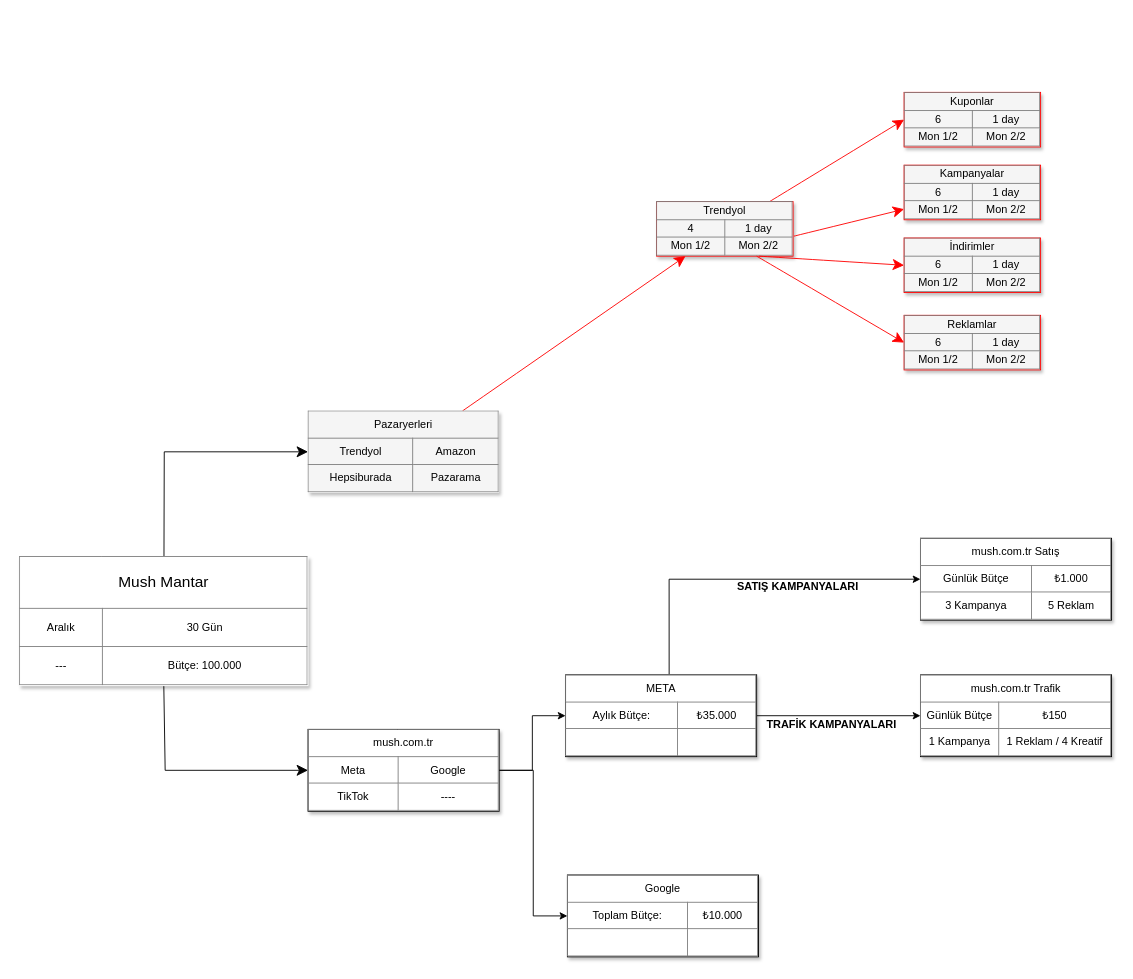
This is Başlıksız Diyagram.drawio from furkanxgunes/basic-api, a draw.io file, before an edit. Source tidied: cells renumbered, new cells numbered last; positions are measured from the earlier drawing's top-left corner, leaving out a move shared by most shapes. Both pictures are drawn from the tidied source at 91%, with x=0, y=0 at pixel (19, 92).
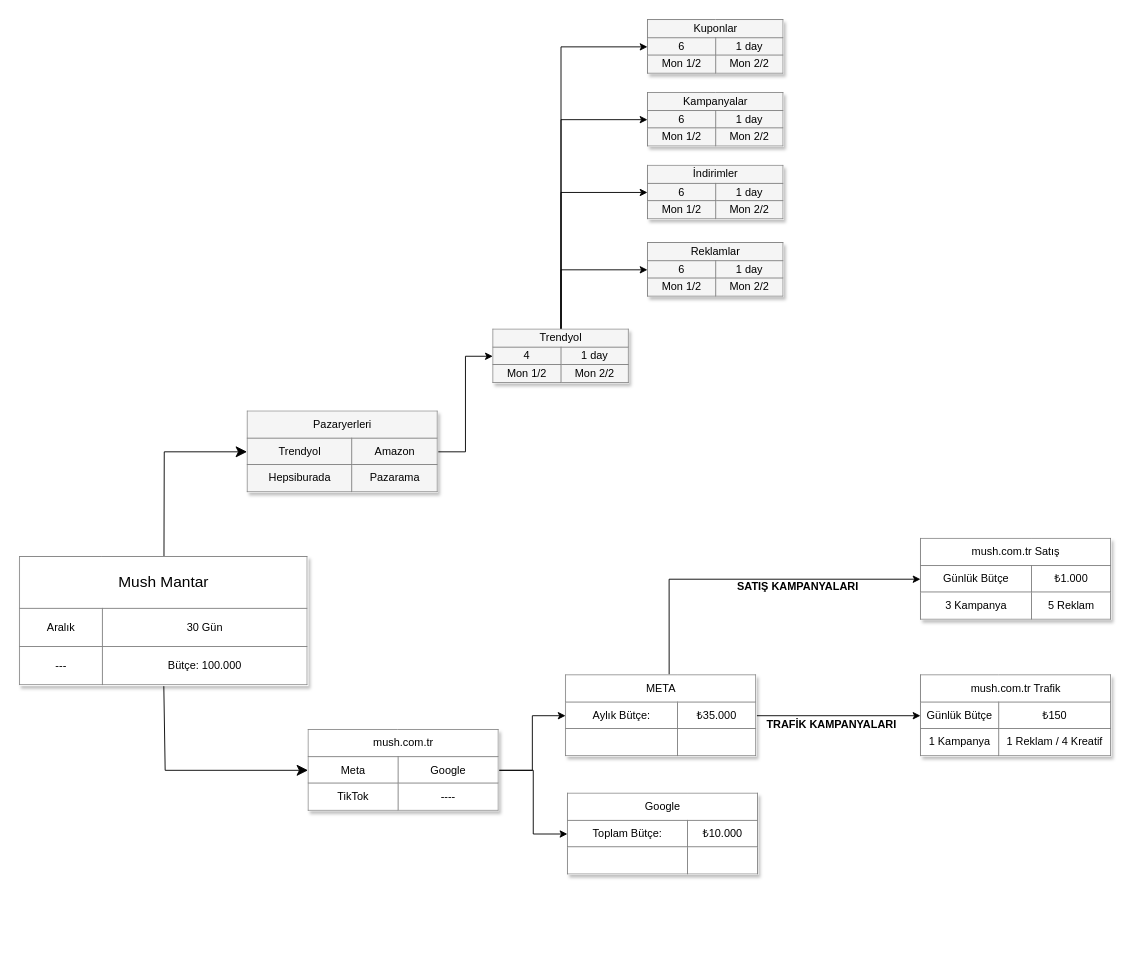
After the change.

Diff of the diagram source:
```diff
@@
+    <mxCell id="27" style="edgeStyle=orthogonalEdgeStyle;rounded=0;jettySize=auto;html=1;exitX=0.5;exitY=0;exitDx=0;exitDy=0;entryX=0;entryY=0.5;entryDx=0;entryDy=0;" parent="1" edge="1" source="6" target="14">
+      <mxGeometry relative="1" as="geometry">
+        <Array as="points">
+          <mxPoint x="595" y="195" />
+        </Array>
+      </mxGeometry>
+    </mxCell>
+    <mxCell id="13" style="edgeStyle=orthogonalEdgeStyle;rounded=0;jettySize=auto;html=1;exitX=0.5;exitY=0;exitDx=0;exitDy=0;entryX=0;entryY=0.5;entryDx=0;entryDy=0;" parent="1" edge="1" source="6" target="12">
+      <mxGeometry relative="1" as="geometry" />
+    </mxCell>
+    <mxCell id="28" style="edgeStyle=orthogonalEdgeStyle;rounded=0;jettySize=auto;html=1;exitX=0.5;exitY=0;exitDx=0;exitDy=0;entryX=0;entryY=0.5;entryDx=0;entryDy=0;" parent="1" edge="1" source="6" target="10">
+      <mxGeometry relative="1" as="geometry" />
+    </mxCell>
-    <mxCell id="5" style="edgeStyle=none;curved=1;html=1;startSize=10;endArrow=classic;endFill=1;endSize=10;strokeColor=#FF0000;strokeWidth=1;fontSize=12;entryX=0;entryY=0.5;entryDx=0;entryDy=0;" parent="1" edge="1" source="6" target="9">
+    <mxCell id="5" style="edgeStyle=orthogonalEdgeStyle;rounded=0;jettySize=auto;html=1;exitX=0.5;exitY=0;exitDx=0;exitDy=0;entryX=0;entryY=0.5;entryDx=0;entryDy=0;" parent="1" edge="1" source="6" target="9">
       <mxGeometry relative="1" as="geometry" />
     </mxCell>
-    <mxCell id="6" value="&lt;table border=&quot;1&quot; width=&quot;100%&quot; style=&quot;width: 100% ; height: 100% ; border-collapse: collapse&quot;&gt;&lt;tbody&gt;&lt;tr&gt;&lt;td colspan=&quot;2&quot; align=&quot;center&quot;&gt;&lt;font style=&quot;font-size: 12px&quot;&gt;Trendyol&lt;/font&gt;&lt;/td&gt;&lt;/tr&gt;&lt;tr&gt;&lt;td align=&quot;center&quot;&gt;4&lt;/td&gt;&lt;td align=&quot;center&quot;&gt;&lt;font style=&quot;font-size: 12px&quot;&gt;1 day&lt;/font&gt;&lt;/td&gt;&lt;/tr&gt;&lt;tr&gt;&lt;td align=&quot;center&quot;&gt;&lt;font style=&quot;font-size: 12px&quot;&gt;Mon 1/2&lt;/font&gt;&lt;/td&gt;&lt;td align=&quot;center&quot;&gt;&lt;font style=&quot;font-size: 12px&quot;&gt;Mon 2/2&lt;/font&gt;&lt;/td&gt;&lt;/tr&gt;&lt;/tbody&gt;&lt;/table&gt;" style="text;html=1;strokeColor=#FF0000;fillColor=#f5f5f5;overflow=fill;rounded=0;shadow=1;fontSize=12;align=center;" parent="1" vertex="1">
-      <mxGeometry x="700" y="120" width="150" height="60" as="geometry" />
+    <mxCell id="6" value="&lt;table border=&quot;1&quot; width=&quot;100%&quot; style=&quot;width: 100% ; height: 100% ; border-collapse: collapse&quot;&gt;&lt;tbody&gt;&lt;tr&gt;&lt;td colspan=&quot;2&quot; align=&quot;center&quot;&gt;&lt;font style=&quot;font-size: 12px&quot;&gt;Trendyol&lt;/font&gt;&lt;/td&gt;&lt;/tr&gt;&lt;tr&gt;&lt;td align=&quot;center&quot;&gt;4&lt;/td&gt;&lt;td align=&quot;center&quot;&gt;&lt;font style=&quot;font-size: 12px&quot;&gt;1 day&lt;/font&gt;&lt;/td&gt;&lt;/tr&gt;&lt;tr&gt;&lt;td align=&quot;center&quot;&gt;&lt;font style=&quot;font-size: 12px&quot;&gt;Mon 1/2&lt;/font&gt;&lt;/td&gt;&lt;td align=&quot;center&quot;&gt;&lt;font style=&quot;font-size: 12px&quot;&gt;Mon 2/2&lt;/font&gt;&lt;/td&gt;&lt;/tr&gt;&lt;/tbody&gt;&lt;/table&gt;" style="text;html=1;strokeColor=none;fillColor=#f5f5f5;overflow=fill;rounded=0;shadow=1;fontSize=12;align=center;" parent="1" vertex="1">
+      <mxGeometry x="520" y="260" width="150" height="60" as="geometry" />
     </mxCell>
-    <mxCell id="7" style="edgeStyle=none;curved=1;html=1;startSize=10;endArrow=classic;endFill=1;endSize=10;strokeColor=#FF0000;strokeWidth=1;fontSize=12;" parent="1" edge="1" source="8" target="6">
+    <mxCell id="7" style="edgeStyle=orthogonalEdgeStyle;rounded=0;jettySize=auto;html=1;entryX=0;entryY=0.5;entryDx=0;entryDy=0;" parent="1" edge="1" source="8" target="6">
       <mxGeometry relative="1" as="geometry" />
     </mxCell>
     <mxCell id="8" value="&lt;table border=&quot;1&quot; width=&quot;100%&quot; style=&quot;width: 100% ; height: 100% ; border-collapse: collapse&quot;&gt;&lt;tbody&gt;&lt;tr&gt;&lt;td colspan=&quot;2&quot; align=&quot;center&quot;&gt;&lt;font style=&quot;font-size: 12px&quot;&gt;Pazaryerleri&lt;/font&gt;&lt;/td&gt;&lt;/tr&gt;&lt;tr&gt;&lt;td align=&quot;center&quot;&gt;Trendyol&lt;/td&gt;&lt;td align=&quot;center&quot;&gt;Amazon&lt;/td&gt;&lt;/tr&gt;&lt;tr&gt;&lt;td align=&quot;center&quot;&gt;Hepsiburada&lt;/td&gt;&lt;td align=&quot;center&quot;&gt;&lt;font style=&quot;font-size: 12px&quot;&gt;Pazarama&lt;/font&gt;&lt;/td&gt;&lt;/tr&gt;&lt;/tbody&gt;&lt;/table&gt;" style="text;html=1;strokeColor=none;fillColor=#f5f5f5;overflow=fill;rounded=0;shadow=1;fontSize=12;align=center;glass=0;gradientColor=none;shadowColor=#000000;" parent="1" vertex="1">
-      <mxGeometry x="317" y="350" width="210" height="90" as="geometry" />
+      <mxGeometry x="250" y="350" width="210" height="90" as="geometry" />
     </mxCell>
-    <mxCell id="9" value="&lt;table border=&quot;1&quot; width=&quot;100%&quot; style=&quot;width: 100% ; height: 100% ; border-collapse: collapse&quot;&gt;&lt;tbody&gt;&lt;tr&gt;&lt;td colspan=&quot;2&quot; align=&quot;center&quot;&gt;&lt;font style=&quot;font-size: 12px&quot;&gt;Kuponlar&lt;/font&gt;&lt;/td&gt;&lt;/tr&gt;&lt;tr&gt;&lt;td align=&quot;center&quot;&gt;6&lt;/td&gt;&lt;td align=&quot;center&quot;&gt;&lt;font style=&quot;font-size: 12px&quot;&gt;1 day&lt;/font&gt;&lt;/td&gt;&lt;/tr&gt;&lt;tr&gt;&lt;td align=&quot;center&quot;&gt;&lt;font style=&quot;font-size: 12px&quot;&gt;Mon 1/2&lt;/font&gt;&lt;/td&gt;&lt;td align=&quot;center&quot;&gt;&lt;font style=&quot;font-size: 12px&quot;&gt;Mon 2/2&lt;/font&gt;&lt;/td&gt;&lt;/tr&gt;&lt;/tbody&gt;&lt;/table&gt;" style="text;html=1;strokeColor=#FF0000;fillColor=#f5f5f5;overflow=fill;rounded=0;shadow=1;fontSize=12;align=center;" parent="1" vertex="1">
-      <mxGeometry x="972" width="150" height="60" as="geometry" />
+    <mxCell id="9" value="&lt;table border=&quot;1&quot; width=&quot;100%&quot; style=&quot;width: 100% ; height: 100% ; border-collapse: collapse&quot;&gt;&lt;tbody&gt;&lt;tr&gt;&lt;td colspan=&quot;2&quot; align=&quot;center&quot;&gt;&lt;font style=&quot;font-size: 12px&quot;&gt;Kuponlar&lt;/font&gt;&lt;/td&gt;&lt;/tr&gt;&lt;tr&gt;&lt;td align=&quot;center&quot;&gt;6&lt;/td&gt;&lt;td align=&quot;center&quot;&gt;&lt;font style=&quot;font-size: 12px&quot;&gt;1 day&lt;/font&gt;&lt;/td&gt;&lt;/tr&gt;&lt;tr&gt;&lt;td align=&quot;center&quot;&gt;&lt;font style=&quot;font-size: 12px&quot;&gt;Mon 1/2&lt;/font&gt;&lt;/td&gt;&lt;td align=&quot;center&quot;&gt;&lt;font style=&quot;font-size: 12px&quot;&gt;Mon 2/2&lt;/font&gt;&lt;/td&gt;&lt;/tr&gt;&lt;/tbody&gt;&lt;/table&gt;" style="text;html=1;strokeColor=none;fillColor=#f5f5f5;overflow=fill;rounded=0;shadow=1;fontSize=12;align=center;" parent="1" vertex="1">
+      <mxGeometry x="690" y="-80" width="150" height="60" as="geometry" />
     </mxCell>
-    <mxCell id="10" value="&lt;table border=&quot;1&quot; width=&quot;100%&quot; style=&quot;width: 100% ; height: 100% ; border-collapse: collapse&quot;&gt;&lt;tbody&gt;&lt;tr&gt;&lt;td colspan=&quot;2&quot; align=&quot;center&quot;&gt;Kampanyalar&lt;/td&gt;&lt;/tr&gt;&lt;tr&gt;&lt;td align=&quot;center&quot;&gt;6&lt;/td&gt;&lt;td align=&quot;center&quot;&gt;&lt;font style=&quot;font-size: 12px&quot;&gt;1 day&lt;/font&gt;&lt;/td&gt;&lt;/tr&gt;&lt;tr&gt;&lt;td align=&quot;center&quot;&gt;&lt;font style=&quot;font-size: 12px&quot;&gt;Mon 1/2&lt;/font&gt;&lt;/td&gt;&lt;td align=&quot;center&quot;&gt;&lt;font style=&quot;font-size: 12px&quot;&gt;Mon 2/2&lt;/font&gt;&lt;/td&gt;&lt;/tr&gt;&lt;/tbody&gt;&lt;/table&gt;" style="text;html=1;strokeColor=#FF0000;fillColor=#f5f5f5;overflow=fill;rounded=0;shadow=1;fontSize=12;align=center;" parent="1" vertex="1">
-      <mxGeometry x="972" y="80" width="150" height="60" as="geometry" />
+    <mxCell id="10" value="&lt;table border=&quot;1&quot; width=&quot;100%&quot; style=&quot;width: 100% ; height: 100% ; border-collapse: collapse&quot;&gt;&lt;tbody&gt;&lt;tr&gt;&lt;td colspan=&quot;2&quot; align=&quot;center&quot;&gt;Kampanyalar&lt;/td&gt;&lt;/tr&gt;&lt;tr&gt;&lt;td align=&quot;center&quot;&gt;6&lt;/td&gt;&lt;td align=&quot;center&quot;&gt;&lt;font style=&quot;font-size: 12px&quot;&gt;1 day&lt;/font&gt;&lt;/td&gt;&lt;/tr&gt;&lt;tr&gt;&lt;td align=&quot;center&quot;&gt;&lt;font style=&quot;font-size: 12px&quot;&gt;Mon 1/2&lt;/font&gt;&lt;/td&gt;&lt;td align=&quot;center&quot;&gt;&lt;font style=&quot;font-size: 12px&quot;&gt;Mon 2/2&lt;/font&gt;&lt;/td&gt;&lt;/tr&gt;&lt;/tbody&gt;&lt;/table&gt;" style="text;html=1;strokeColor=none;fillColor=#f5f5f5;overflow=fill;rounded=0;shadow=1;fontSize=12;align=center;" parent="1" vertex="1">
+      <mxGeometry x="690" width="150" height="60" as="geometry" />
     </mxCell>
-    <mxCell id="11" style="edgeStyle=none;curved=1;html=1;startSize=10;endArrow=classic;endFill=1;endSize=10;strokeColor=#FF0000;strokeWidth=1;fontSize=12;" parent="1" edge="1" target="10">
-      <mxGeometry relative="1" as="geometry">
-        <mxPoint x="851" y="158" as="sourcePoint" />
-      </mxGeometry>
-    </mxCell>
-    <mxCell id="12" value="&lt;table border=&quot;1&quot; width=&quot;100%&quot; style=&quot;width: 100% ; height: 100% ; border-collapse: collapse&quot;&gt;&lt;tbody&gt;&lt;tr&gt;&lt;td colspan=&quot;2&quot; align=&quot;center&quot;&gt;İndirimler&lt;/td&gt;&lt;/tr&gt;&lt;tr&gt;&lt;td align=&quot;center&quot;&gt;6&lt;/td&gt;&lt;td align=&quot;center&quot;&gt;&lt;font style=&quot;font-size: 12px&quot;&gt;1 day&lt;/font&gt;&lt;/td&gt;&lt;/tr&gt;&lt;tr&gt;&lt;td align=&quot;center&quot;&gt;&lt;font style=&quot;font-size: 12px&quot;&gt;Mon 1/2&lt;/font&gt;&lt;/td&gt;&lt;td align=&quot;center&quot;&gt;&lt;font style=&quot;font-size: 12px&quot;&gt;Mon 2/2&lt;/font&gt;&lt;/td&gt;&lt;/tr&gt;&lt;/tbody&gt;&lt;/table&gt;" style="text;html=1;strokeColor=#FF0000;fillColor=#f5f5f5;overflow=fill;rounded=0;shadow=1;fontSize=12;align=center;" parent="1" vertex="1">
-      <mxGeometry x="972" y="160" width="150" height="60" as="geometry" />
+    <mxCell id="12" value="&lt;table border=&quot;1&quot; width=&quot;100%&quot; style=&quot;width: 100% ; height: 100% ; border-collapse: collapse&quot;&gt;&lt;tbody&gt;&lt;tr&gt;&lt;td colspan=&quot;2&quot; align=&quot;center&quot;&gt;İndirimler&lt;/td&gt;&lt;/tr&gt;&lt;tr&gt;&lt;td align=&quot;center&quot;&gt;6&lt;/td&gt;&lt;td align=&quot;center&quot;&gt;&lt;font style=&quot;font-size: 12px&quot;&gt;1 day&lt;/font&gt;&lt;/td&gt;&lt;/tr&gt;&lt;tr&gt;&lt;td align=&quot;center&quot;&gt;&lt;font style=&quot;font-size: 12px&quot;&gt;Mon 1/2&lt;/font&gt;&lt;/td&gt;&lt;td align=&quot;center&quot;&gt;&lt;font style=&quot;font-size: 12px&quot;&gt;Mon 2/2&lt;/font&gt;&lt;/td&gt;&lt;/tr&gt;&lt;/tbody&gt;&lt;/table&gt;" style="text;html=1;strokeColor=none;fillColor=#f5f5f5;overflow=fill;rounded=0;shadow=1;fontSize=12;align=center;" parent="1" vertex="1">
+      <mxGeometry x="690" y="80" width="150" height="60" as="geometry" />
     </mxCell>
-    <mxCell id="13" style="edgeStyle=none;curved=1;html=1;startSize=10;endArrow=classic;endFill=1;endSize=10;strokeColor=#FF0000;strokeWidth=1;fontSize=12;entryX=0;entryY=0.5;entryDx=0;entryDy=0;exitX=0.75;exitY=1;exitDx=0;exitDy=0;" parent="1" edge="1" source="6" target="12">
-      <mxGeometry relative="1" as="geometry" />
-    </mxCell>
-    <mxCell id="14" value="&lt;table border=&quot;1&quot; width=&quot;100%&quot; style=&quot;width: 100% ; height: 100% ; border-collapse: collapse&quot;&gt;&lt;tbody&gt;&lt;tr&gt;&lt;td colspan=&quot;2&quot; align=&quot;center&quot;&gt;Reklamlar&lt;/td&gt;&lt;/tr&gt;&lt;tr&gt;&lt;td align=&quot;center&quot;&gt;6&lt;/td&gt;&lt;td align=&quot;center&quot;&gt;&lt;font style=&quot;font-size: 12px&quot;&gt;1 day&lt;/font&gt;&lt;/td&gt;&lt;/tr&gt;&lt;tr&gt;&lt;td align=&quot;center&quot;&gt;&lt;font style=&quot;font-size: 12px&quot;&gt;Mon 1/2&lt;/font&gt;&lt;/td&gt;&lt;td align=&quot;center&quot;&gt;&lt;font style=&quot;font-size: 12px&quot;&gt;Mon 2/2&lt;/font&gt;&lt;/td&gt;&lt;/tr&gt;&lt;/tbody&gt;&lt;/table&gt;" style="text;html=1;strokeColor=#FF0000;fillColor=#f5f5f5;overflow=fill;rounded=0;shadow=1;fontSize=12;align=center;" parent="1" vertex="1">
-      <mxGeometry x="972" y="245" width="150" height="60" as="geometry" />
+    <mxCell id="14" value="&lt;table border=&quot;1&quot; width=&quot;100%&quot; style=&quot;width: 100% ; height: 100% ; border-collapse: collapse&quot;&gt;&lt;tbody&gt;&lt;tr&gt;&lt;td colspan=&quot;2&quot; align=&quot;center&quot;&gt;Reklamlar&lt;/td&gt;&lt;/tr&gt;&lt;tr&gt;&lt;td align=&quot;center&quot;&gt;6&lt;/td&gt;&lt;td align=&quot;center&quot;&gt;&lt;font style=&quot;font-size: 12px&quot;&gt;1 day&lt;/font&gt;&lt;/td&gt;&lt;/tr&gt;&lt;tr&gt;&lt;td align=&quot;center&quot;&gt;&lt;font style=&quot;font-size: 12px&quot;&gt;Mon 1/2&lt;/font&gt;&lt;/td&gt;&lt;td align=&quot;center&quot;&gt;&lt;font style=&quot;font-size: 12px&quot;&gt;Mon 2/2&lt;/font&gt;&lt;/td&gt;&lt;/tr&gt;&lt;/tbody&gt;&lt;/table&gt;" style="text;html=1;strokeColor=none;fillColor=#f5f5f5;overflow=fill;rounded=0;shadow=1;fontSize=12;align=center;" parent="1" vertex="1">
+      <mxGeometry x="690" y="165" width="150" height="60" as="geometry" />
     </mxCell>
-    <mxCell id="15" style="edgeStyle=none;curved=1;html=1;startSize=10;endArrow=classic;endFill=1;endSize=10;strokeColor=#FF0000;strokeWidth=1;fontSize=12;entryX=0;entryY=0.5;entryDx=0;entryDy=0;" parent="1" edge="1" target="14">
-      <mxGeometry relative="1" as="geometry">
-        <mxPoint x="810" y="180" as="sourcePoint" />
-      </mxGeometry>
-    </mxCell>
@@
-    <mxCell id="18" value="&lt;table border=&quot;1&quot; width=&quot;100%&quot; style=&quot;width: 100% ; height: 100% ; border-collapse: collapse&quot;&gt;&lt;tbody&gt;&lt;tr&gt;&lt;td colspan=&quot;2&quot; align=&quot;center&quot;&gt;mush.com.tr&lt;/td&gt;&lt;/tr&gt;&lt;tr&gt;&lt;td align=&quot;center&quot;&gt;Meta&lt;/td&gt;&lt;td align=&quot;center&quot;&gt;Google&lt;/td&gt;&lt;/tr&gt;&lt;tr&gt;&lt;td align=&quot;center&quot;&gt;TikTok&lt;/td&gt;&lt;td align=&quot;center&quot;&gt;&lt;font style=&quot;font-size: 12px&quot;&gt;----&lt;/font&gt;&lt;/td&gt;&lt;/tr&gt;&lt;/tbody&gt;&lt;/table&gt;" style="text;html=1;strokeColor=#000000;fillColor=#FFFFFF;overflow=fill;rounded=0;shadow=1;fontSize=12;align=center;" parent="1" vertex="1">
+    <mxCell id="18" value="&lt;table border=&quot;1&quot; width=&quot;100%&quot; style=&quot;width: 100% ; height: 100% ; border-collapse: collapse&quot;&gt;&lt;tbody&gt;&lt;tr&gt;&lt;td colspan=&quot;2&quot; align=&quot;center&quot;&gt;mush.com.tr&lt;/td&gt;&lt;/tr&gt;&lt;tr&gt;&lt;td align=&quot;center&quot;&gt;Meta&lt;/td&gt;&lt;td align=&quot;center&quot;&gt;Google&lt;/td&gt;&lt;/tr&gt;&lt;tr&gt;&lt;td align=&quot;center&quot;&gt;TikTok&lt;/td&gt;&lt;td align=&quot;center&quot;&gt;&lt;font style=&quot;font-size: 12px&quot;&gt;----&lt;/font&gt;&lt;/td&gt;&lt;/tr&gt;&lt;/tbody&gt;&lt;/table&gt;" style="text;html=1;strokeColor=none;fillColor=#FFFFFF;overflow=fill;rounded=0;shadow=1;fontSize=12;align=center;" parent="1" vertex="1">
       <mxGeometry x="317" y="700" width="210" height="90" as="geometry" />
     </mxCell>
@@
-    <mxCell id="21" value="&lt;table border=&quot;1&quot; width=&quot;100%&quot; style=&quot;width: 100% ; height: 100% ; border-collapse: collapse&quot;&gt;&lt;tbody&gt;&lt;tr&gt;&lt;td colspan=&quot;2&quot; align=&quot;center&quot;&gt;META&lt;br&gt;&lt;/td&gt;&lt;/tr&gt;&lt;tr&gt;&lt;td align=&quot;center&quot;&gt;Aylık Bütçe:&lt;/td&gt;&lt;td align=&quot;center&quot;&gt;₺35.000&lt;/td&gt;&lt;/tr&gt;&lt;tr&gt;&lt;td align=&quot;center&quot;&gt;&lt;/td&gt;&lt;td align=&quot;center&quot;&gt;&lt;br&gt;&lt;/td&gt;&lt;/tr&gt;&lt;/tbody&gt;&lt;/table&gt;" style="text;html=1;strokeColor=#000000;fillColor=#FFFFFF;overflow=fill;rounded=0;shadow=1;fontSize=12;align=center;" parent="1" vertex="1">
+    <mxCell id="21" value="&lt;table border=&quot;1&quot; width=&quot;100%&quot; style=&quot;width: 100% ; height: 100% ; border-collapse: collapse&quot;&gt;&lt;tbody&gt;&lt;tr&gt;&lt;td colspan=&quot;2&quot; align=&quot;center&quot;&gt;META&lt;br&gt;&lt;/td&gt;&lt;/tr&gt;&lt;tr&gt;&lt;td align=&quot;center&quot;&gt;Aylık Bütçe:&lt;/td&gt;&lt;td align=&quot;center&quot;&gt;₺35.000&lt;/td&gt;&lt;/tr&gt;&lt;tr&gt;&lt;td align=&quot;center&quot;&gt;&lt;/td&gt;&lt;td align=&quot;center&quot;&gt;&lt;br&gt;&lt;/td&gt;&lt;/tr&gt;&lt;/tbody&gt;&lt;/table&gt;" style="text;html=1;strokeColor=none;fillColor=#FFFFFF;overflow=fill;rounded=0;shadow=1;fontSize=12;align=center;" parent="1" vertex="1">
       <mxGeometry x="600" y="640" width="210" height="90" as="geometry" />
     </mxCell>
-    <mxCell id="22" value="&lt;table border=&quot;1&quot; width=&quot;100%&quot; style=&quot;width: 100% ; height: 100% ; border-collapse: collapse&quot;&gt;&lt;tbody&gt;&lt;tr&gt;&lt;td colspan=&quot;2&quot; align=&quot;center&quot;&gt;Google&lt;/td&gt;&lt;/tr&gt;&lt;tr&gt;&lt;td align=&quot;center&quot;&gt;Toplam Bütçe:&lt;/td&gt;&lt;td align=&quot;center&quot;&gt;₺10.000&lt;/td&gt;&lt;/tr&gt;&lt;tr&gt;&lt;td align=&quot;center&quot;&gt;&lt;/td&gt;&lt;td align=&quot;center&quot;&gt;&lt;br&gt;&lt;/td&gt;&lt;/tr&gt;&lt;/tbody&gt;&lt;/table&gt;" style="text;html=1;strokeColor=#000000;fillColor=#FFFFFF;overflow=fill;rounded=0;shadow=1;fontSize=12;align=center;" parent="1" vertex="1">
-      <mxGeometry x="602" y="860" width="210" height="90" as="geometry" />
+    <mxCell id="22" value="&lt;table border=&quot;1&quot; width=&quot;100%&quot; style=&quot;width: 100% ; height: 100% ; border-collapse: collapse&quot;&gt;&lt;tbody&gt;&lt;tr&gt;&lt;td colspan=&quot;2&quot; align=&quot;center&quot;&gt;Google&lt;/td&gt;&lt;/tr&gt;&lt;tr&gt;&lt;td align=&quot;center&quot;&gt;Toplam Bütçe:&lt;/td&gt;&lt;td align=&quot;center&quot;&gt;₺10.000&lt;/td&gt;&lt;/tr&gt;&lt;tr&gt;&lt;td align=&quot;center&quot;&gt;&lt;/td&gt;&lt;td align=&quot;center&quot;&gt;&lt;br&gt;&lt;/td&gt;&lt;/tr&gt;&lt;/tbody&gt;&lt;/table&gt;" style="text;html=1;strokeColor=none;fillColor=#FFFFFF;overflow=fill;rounded=0;shadow=1;fontSize=12;align=center;" parent="1" vertex="1">
+      <mxGeometry x="602" y="770" width="210" height="90" as="geometry" />
     </mxCell>
-    <mxCell id="23" value="&lt;table border=&quot;1&quot; width=&quot;100%&quot; style=&quot;width: 100% ; height: 100% ; border-collapse: collapse&quot;&gt;&lt;tbody&gt;&lt;tr&gt;&lt;td colspan=&quot;2&quot; align=&quot;center&quot;&gt;mush.com.tr Satış&lt;/td&gt;&lt;/tr&gt;&lt;tr&gt;&lt;td align=&quot;center&quot;&gt;Günlük Bütçe&lt;/td&gt;&lt;td align=&quot;center&quot;&gt;₺1.000&lt;/td&gt;&lt;/tr&gt;&lt;tr&gt;&lt;td align=&quot;center&quot;&gt;3 Kampanya&lt;/td&gt;&lt;td align=&quot;center&quot;&gt;5 Reklam&lt;/td&gt;&lt;/tr&gt;&lt;/tbody&gt;&lt;/table&gt;" style="text;html=1;strokeColor=#000000;fillColor=#FFFFFF;overflow=fill;rounded=0;shadow=1;fontSize=12;align=center;" parent="1" vertex="1">
+    <mxCell id="23" value="&lt;table border=&quot;1&quot; width=&quot;100%&quot; style=&quot;width: 100% ; height: 100% ; border-collapse: collapse&quot;&gt;&lt;tbody&gt;&lt;tr&gt;&lt;td colspan=&quot;2&quot; align=&quot;center&quot;&gt;mush.com.tr Satış&lt;/td&gt;&lt;/tr&gt;&lt;tr&gt;&lt;td align=&quot;center&quot;&gt;Günlük Bütçe&lt;/td&gt;&lt;td align=&quot;center&quot;&gt;₺1.000&lt;/td&gt;&lt;/tr&gt;&lt;tr&gt;&lt;td align=&quot;center&quot;&gt;3 Kampanya&lt;/td&gt;&lt;td align=&quot;center&quot;&gt;5 Reklam&lt;/td&gt;&lt;/tr&gt;&lt;/tbody&gt;&lt;/table&gt;" style="text;html=1;strokeColor=none;fillColor=#FFFFFF;overflow=fill;rounded=0;shadow=1;fontSize=12;align=center;" parent="1" vertex="1">
       <mxGeometry x="990" y="490" width="210" height="90" as="geometry" />
     </mxCell>
@@
-    <mxCell id="25" value="&lt;table border=&quot;1&quot; width=&quot;100%&quot; style=&quot;width: 100% ; height: 100% ; border-collapse: collapse&quot;&gt;&lt;tbody&gt;&lt;tr&gt;&lt;td colspan=&quot;2&quot; align=&quot;center&quot;&gt;mush.com.tr Trafik&lt;/td&gt;&lt;/tr&gt;&lt;tr&gt;&lt;td align=&quot;center&quot;&gt;Günlük Bütçe&lt;/td&gt;&lt;td align=&quot;center&quot;&gt;₺150&lt;/td&gt;&lt;/tr&gt;&lt;tr&gt;&lt;td align=&quot;center&quot;&gt;1 Kampanya&lt;/td&gt;&lt;td align=&quot;center&quot;&gt;1 Reklam / 4 Kreatif&lt;/td&gt;&lt;/tr&gt;&lt;/tbody&gt;&lt;/table&gt;" style="text;html=1;strokeColor=#000000;fillColor=#FFFFFF;overflow=fill;rounded=0;shadow=1;fontSize=12;align=center;" parent="1" vertex="1">
+    <mxCell id="25" value="&lt;table border=&quot;1&quot; width=&quot;100%&quot; style=&quot;width: 100% ; height: 100% ; border-collapse: collapse&quot;&gt;&lt;tbody&gt;&lt;tr&gt;&lt;td colspan=&quot;2&quot; align=&quot;center&quot;&gt;mush.com.tr Trafik&lt;/td&gt;&lt;/tr&gt;&lt;tr&gt;&lt;td align=&quot;center&quot;&gt;Günlük Bütçe&lt;/td&gt;&lt;td align=&quot;center&quot;&gt;₺150&lt;/td&gt;&lt;/tr&gt;&lt;tr&gt;&lt;td align=&quot;center&quot;&gt;1 Kampanya&lt;/td&gt;&lt;td align=&quot;center&quot;&gt;1 Reklam / 4 Kreatif&lt;/td&gt;&lt;/tr&gt;&lt;/tbody&gt;&lt;/table&gt;" style="text;html=1;strokeColor=none;fillColor=#FFFFFF;overflow=fill;rounded=0;shadow=1;fontSize=12;align=center;" parent="1" vertex="1">
       <mxGeometry x="990" y="640" width="210" height="90" as="geometry" />
     </mxCell>
```
